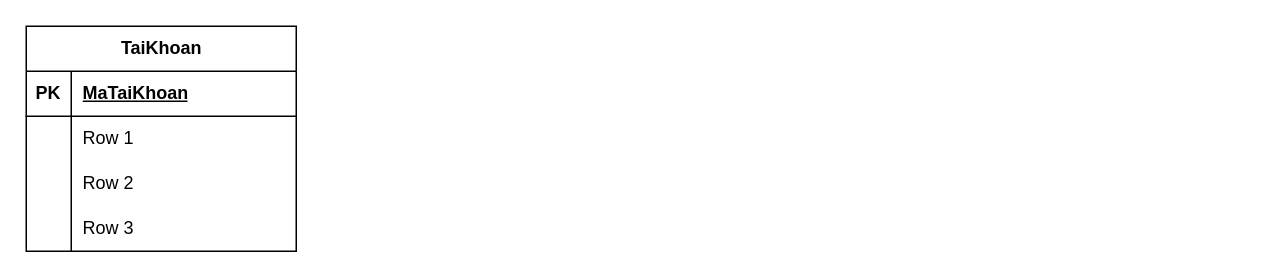
Before: eLearningDatabse.drawio in trantrung28122003/database, a draw.io diagram. Source tidied: cells renumbered, new cells numbered last; positions are measured from the earlier drawing's top-left corner, leaving out a move shared by most shapes. Both pictures are drawn from the tidied source at 150%, with x=0, y=0 at pixel (26, 26).
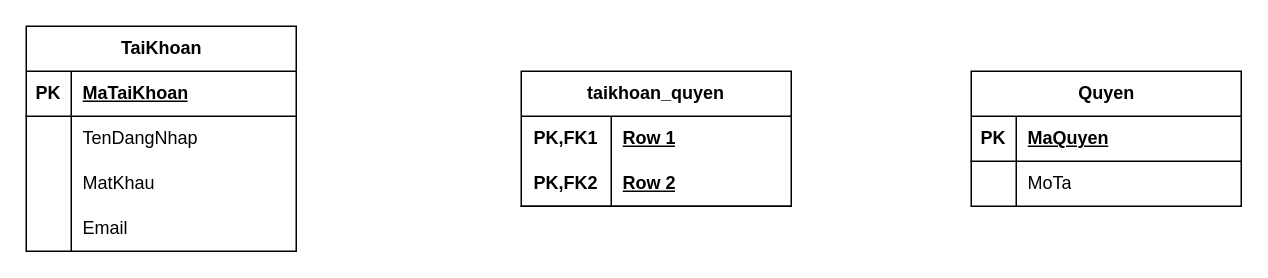
Above is the later version.

Unchanged cells that the change refers to:
```xml
<mxCell id="6" style="shape=tableRow;horizontal=0;startSize=0;swimlaneHead=0;swimlaneBody=0;fillColor=none;top=0;left=0;right=0;bottom=0;" parent="2" vertex="1">
  <mxGeometry y="60" width="180" height="30" as="geometry" />
</mxCell>
<mxCell id="9" style="shape=tableRow;horizontal=0;startSize=0;swimlaneHead=0;swimlaneBody=0;fillColor=none;top=0;left=0;right=0;bottom=0;" parent="2" vertex="1">
  <mxGeometry y="90" width="180" height="30" as="geometry" />
</mxCell>
<mxCell id="12" style="shape=tableRow;horizontal=0;startSize=0;swimlaneHead=0;swimlaneBody=0;fillColor=none;top=0;left=0;right=0;bottom=0;" parent="2" vertex="1">
  <mxGeometry y="120" width="180" height="30" as="geometry" />
</mxCell>
```

Change to the diagram source:
```diff
@@
-<mxGraphModel>
+<mxGraphModel background="#FFFFFF">
@@
-    <mxCell id="8" value="Row 1" style="shape=partialRectangle;fillColor=none;top=0;left=0;bottom=0;right=0;align=left;spacingLeft=6;overflow=hidden;whiteSpace=wrap;html=1;" parent="6" vertex="1">
+    <mxCell id="8" value="TenDangNhap" style="shape=partialRectangle;fillColor=none;top=0;left=0;bottom=0;right=0;align=left;spacingLeft=6;overflow=hidden;whiteSpace=wrap;html=1;" parent="6" vertex="1">
       <mxGeometry x="30" width="150" height="30" as="geometry" />
     </mxCell>
@@
-    <mxCell id="11" value="Row 2" style="shape=partialRectangle;fillColor=none;top=0;left=0;bottom=0;right=0;align=left;spacingLeft=6;overflow=hidden;whiteSpace=wrap;html=1;" parent="9" vertex="1">
+    <mxCell id="11" value="MatKhau" style="shape=partialRectangle;fillColor=none;top=0;left=0;bottom=0;right=0;align=left;spacingLeft=6;overflow=hidden;whiteSpace=wrap;html=1;" parent="9" vertex="1">
       <mxGeometry x="30" width="150" height="30" as="geometry" />
     </mxCell>
@@
-    <mxCell id="14" value="Row 3" style="shape=partialRectangle;fillColor=none;top=0;left=0;bottom=0;right=0;align=left;spacingLeft=6;overflow=hidden;whiteSpace=wrap;html=1;" parent="12" vertex="1">
+    <mxCell id="14" value="Email" style="shape=partialRectangle;fillColor=none;top=0;left=0;bottom=0;right=0;align=left;spacingLeft=6;overflow=hidden;whiteSpace=wrap;html=1;" parent="12" vertex="1">
       <mxGeometry x="30" width="150" height="30" as="geometry" />
     </mxCell>
+    <mxCell id="15" value="Quyen" style="shape=table;startSize=30;childLayout=tableLayout;rowLines=0;fontStyle=1;align=center;html=1;" parent="1" vertex="1">
+      <mxGeometry x="630" y="30" width="180" height="90" as="geometry" />
+    </mxCell>
+    <mxCell id="16" style="shape=tableRow;horizontal=0;startSize=0;swimlaneHead=0;swimlaneBody=0;fillColor=none;top=0;left=0;right=0;bottom=1;" parent="15" vertex="1">
+      <mxGeometry y="30" width="180" height="30" as="geometry" />
+    </mxCell>
+    <mxCell id="17" value="PK" style="shape=partialRectangle;fillColor=none;top=0;left=0;bottom=0;right=0;fontStyle=1;overflow=hidden;whiteSpace=wrap;html=1;" parent="16" vertex="1">
+      <mxGeometry width="30" height="30" as="geometry" />
+    </mxCell>
+    <mxCell id="18" value="MaQuyen" style="shape=partialRectangle;fillColor=none;top=0;left=0;bottom=0;right=0;align=left;spacingLeft=6;fontStyle=5;overflow=hidden;whiteSpace=wrap;html=1;" parent="16" vertex="1">
+      <mxGeometry x="30" width="150" height="30" as="geometry" />
+    </mxCell>
+    <mxCell id="19" style="shape=tableRow;horizontal=0;startSize=0;swimlaneHead=0;swimlaneBody=0;fillColor=none;top=0;left=0;right=0;bottom=0;" parent="15" vertex="1">
+      <mxGeometry y="60" width="180" height="30" as="geometry" />
+    </mxCell>
+    <mxCell id="20" style="shape=partialRectangle;fillColor=none;top=0;left=0;bottom=0;right=0;overflow=hidden;whiteSpace=wrap;html=1;" parent="19" vertex="1">
+      <mxGeometry width="30" height="30" as="geometry" />
+    </mxCell>
+    <mxCell id="21" value="MoTa" style="shape=partialRectangle;fillColor=none;top=0;left=0;bottom=0;right=0;align=left;spacingLeft=6;overflow=hidden;whiteSpace=wrap;html=1;" parent="19" vertex="1">
+      <mxGeometry x="30" width="150" height="30" as="geometry" />
+    </mxCell>
+    <mxCell id="22" value="taikhoan_quyen" style="shape=table;startSize=30;childLayout=tableLayout;rowLines=0;fontStyle=1;align=center;html=1;whiteSpace=wrap;" parent="1" vertex="1">
+      <mxGeometry x="330" y="30" width="180" height="90" as="geometry" />
+    </mxCell>
+    <mxCell id="23" style="shape=tableRow;horizontal=0;startSize=0;swimlaneHead=0;swimlaneBody=0;fillColor=none;top=0;left=0;right=0;bottom=0;html=1;" parent="22" vertex="1">
+      <mxGeometry y="30" width="180" height="30" as="geometry" />
+    </mxCell>
+    <mxCell id="24" value="PK,FK1" style="shape=partialRectangle;fillColor=none;top=0;left=0;bottom=0;right=0;fontStyle=1;overflow=hidden;html=1;whiteSpace=wrap;" parent="23" vertex="1">
+      <mxGeometry width="60" height="30" as="geometry" />
+    </mxCell>
+    <mxCell id="25" value="Row 1" style="shape=partialRectangle;fillColor=none;top=0;left=0;bottom=0;right=0;align=left;spacingLeft=6;fontStyle=5;overflow=hidden;html=1;whiteSpace=wrap;" parent="23" vertex="1">
+      <mxGeometry x="60" width="120" height="30" as="geometry" />
+    </mxCell>
+    <mxCell id="26" style="shape=tableRow;horizontal=0;startSize=0;swimlaneHead=0;swimlaneBody=0;fillColor=none;top=0;left=0;right=0;bottom=1;html=1;" parent="22" vertex="1">
+      <mxGeometry y="60" width="180" height="30" as="geometry" />
+    </mxCell>
+    <mxCell id="27" value="PK,FK2" style="shape=partialRectangle;fillColor=none;top=0;left=0;bottom=0;right=0;fontStyle=1;overflow=hidden;html=1;whiteSpace=wrap;" parent="26" vertex="1">
+      <mxGeometry width="60" height="30" as="geometry" />
+    </mxCell>
+    <mxCell id="28" value="Row 2" style="shape=partialRectangle;fillColor=none;top=0;left=0;bottom=0;right=0;align=left;spacingLeft=6;fontStyle=5;overflow=hidden;html=1;whiteSpace=wrap;" parent="26" vertex="1">
+      <mxGeometry x="60" width="120" height="30" as="geometry" />
+    </mxCell>
```
